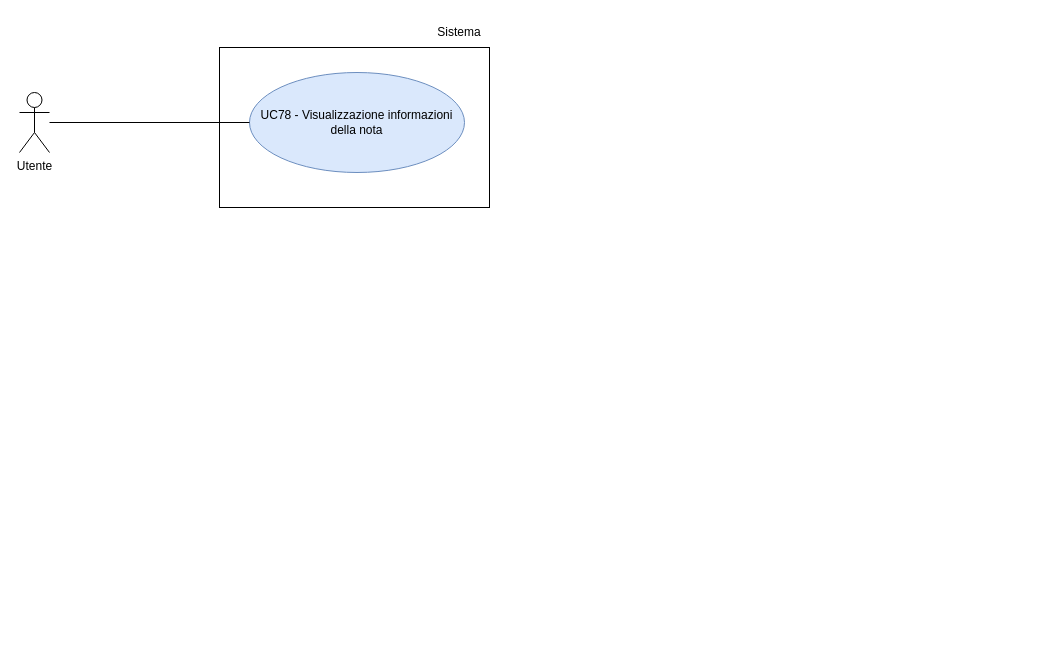
Above: RTB/doc_esterna/analisi-dei-requisiti/assets/draw.io/UC78.drawio in thebitless-group-swe/thebitless.github.io (draw.io), before the change. Source tidied: cells renumbered, new cells numbered last; positions are measured from the earlier drawing's top-left corner, leaving out a move shared by most shapes. Both pictures are drawn from the tidied source at 100%, with x=0, y=0 at pixel (19, 17).
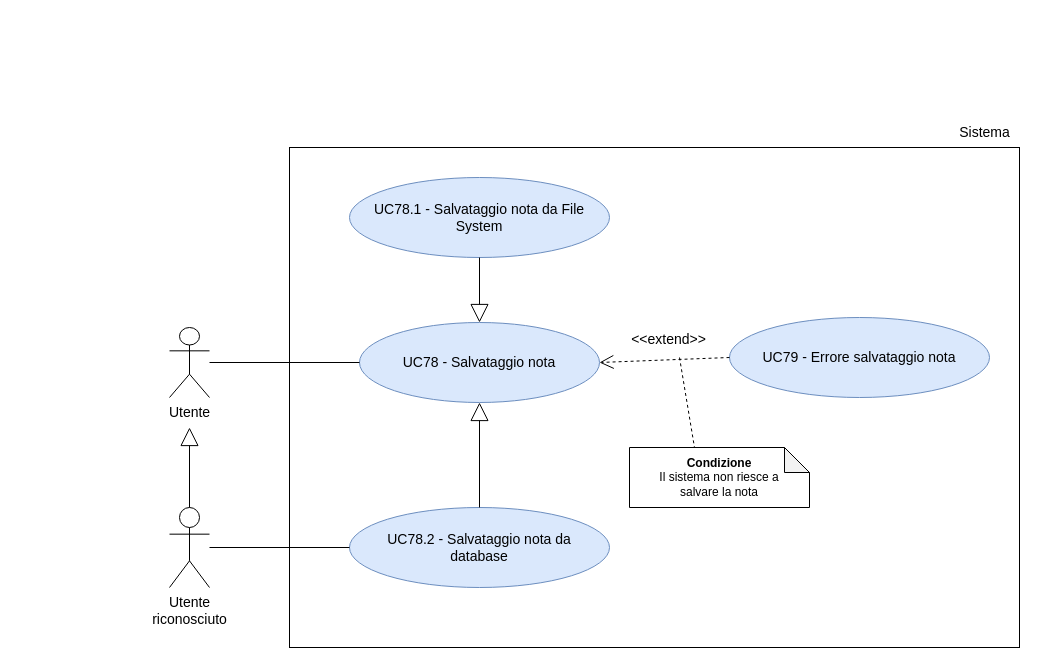
The same page after the edit.

The edit, as a diff of the source:
```diff
@@
 <mxGraphModel>
   <root>
     <mxCell id="0" />
     <mxCell id="1" parent="0" />
-    <mxCell id="2" style="rounded=0;whiteSpace=wrap;html=1;" parent="1" vertex="1">
-      <mxGeometry x="200" y="30" width="270" height="160" as="geometry" />
-    </mxCell>
-    <mxCell id="3" value="UC78 - Visualizzazione informazioni della nota" style="ellipse;whiteSpace=wrap;html=1;fillColor=#dae8fc;strokeColor=#6c8ebf;" parent="1" vertex="1">
-      <mxGeometry x="230" y="55" width="215" height="100" as="geometry" />
-    </mxCell>
-    <mxCell id="4" style="rounded=0;jettySize=auto;html=1;endArrow=none;endFill=0;entryX=0;entryY=0.5;entryDx=0;entryDy=0;" parent="1" edge="1" source="5" target="3">
-      <mxGeometry relative="1" as="geometry" />
-    </mxCell>
+    <mxCell id="6" value="Sistema" style="text;html=1;align=center;verticalAlign=middle;strokeColor=none;fillColor=none;fontSize=14;" parent="1" vertex="1">
+      <mxGeometry x="930" y="100" width="70" height="30" as="geometry" />
+    </mxCell>
+    <mxCell id="7" style="whiteSpace=wrap;html=1;fillColor=none;strokeColor=#000000;" parent="1" vertex="1">
+      <mxGeometry x="270" y="130" width="730" height="500" as="geometry" />
+    </mxCell>
+    <mxCell id="8" value="Utente&lt;br&gt;riconosciuto" style="shape=umlActor;verticalLabelPosition=bottom;verticalAlign=top;html=1;outlineConnect=0;fontSize=14;" parent="1" vertex="1">
+      <mxGeometry x="150" y="490" width="40" height="80" as="geometry" />
+    </mxCell>
+    <mxCell id="9" value="UC78 - Salvataggio nota" style="ellipse;whiteSpace=wrap;html=1;fillColor=#dae8fc;strokeColor=#6c8ebf;fontSize=14;" parent="1" vertex="1">
+      <mxGeometry x="340" y="305" width="240" height="80" as="geometry" />
+    </mxCell>
+    <mxCell id="10" value="UC78.1 - Salvataggio nota da File&lt;br&gt;System" style="ellipse;whiteSpace=wrap;html=1;fillColor=#dae8fc;strokeColor=#6c8ebf;fontSize=14;" parent="1" vertex="1">
+      <mxGeometry x="330" y="160" width="260" height="80" as="geometry" />
+    </mxCell>
+    <mxCell id="11" value="UC78.2 - Salvataggio nota da&lt;br&gt;database" style="ellipse;whiteSpace=wrap;html=1;fillColor=#dae8fc;strokeColor=#6c8ebf;fontSize=14;" parent="1" vertex="1">
+      <mxGeometry x="330" y="490" width="260" height="80" as="geometry" />
+    </mxCell>
+    <mxCell id="12" value="&lt;div&gt;UC79 - Errore salvataggio nota&lt;br&gt;&lt;/div&gt;" style="ellipse;whiteSpace=wrap;html=1;fillColor=#dae8fc;strokeColor=#6c8ebf;fontSize=14;" parent="1" vertex="1">
+      <mxGeometry x="710" y="300" width="260" height="80" as="geometry" />
+    </mxCell>
+    <mxCell id="13" style="endArrow=none;html=1;rounded=0;entryX=0;entryY=0.5;entryDx=0;entryDy=0;" parent="1" edge="1" source="5" target="9">
+      <mxGeometry relative="1" as="geometry" />
+    </mxCell>
+    <mxCell id="14" style="endArrow=block;endSize=16;endFill=0;html=1;rounded=0;exitX=0.5;exitY=1;exitDx=0;exitDy=0;entryX=0.5;entryY=0;entryDx=0;entryDy=0;" parent="1" edge="1" source="10" target="9">
+      <mxGeometry relative="1" as="geometry" />
+    </mxCell>
+    <mxCell id="15" style="endArrow=block;endSize=16;endFill=0;html=1;rounded=0;entryX=0.5;entryY=1;entryDx=0;entryDy=0;exitX=0.5;exitY=0;exitDx=0;exitDy=0;" parent="1" edge="1" source="11" target="9">
+      <mxGeometry relative="1" as="geometry" />
+    </mxCell>
+    <mxCell id="16" value="&lt;font style=&quot;font-size: 14px;&quot;&gt;&amp;lt;&amp;lt;extend&amp;gt;&amp;gt;&lt;/font&gt;" style="endArrow=open;endSize=12;dashed=1;html=1;rounded=0;exitX=0;exitY=0.5;exitDx=0;exitDy=0;entryX=1;entryY=0.5;entryDx=0;entryDy=0;" parent="1" edge="1" source="12" target="9">
+      <mxGeometry x="-0.08" y="-20" relative="1" as="geometry" />
+    </mxCell>
+    <mxCell id="17" value="&lt;b&gt;Condizione&lt;/b&gt;&lt;br&gt;Il sistema non riesce a&lt;br&gt;salvare la nota" style="shape=note;whiteSpace=wrap;html=1;backgroundOutline=1;darkOpacity=0.05;fontSize=12;align=center;size=25;" parent="1" vertex="1">
+      <mxGeometry x="610" y="430" width="180" height="60" as="geometry" />
+    </mxCell>
+    <mxCell id="18" style="endArrow=none;dashed=1;html=1;rounded=0;entryX=0;entryY=0;entryDx=65;entryDy=0;entryPerimeter=0;" parent="1" edge="1" target="17">
+      <mxGeometry relative="1" as="geometry">
+        <mxPoint x="660" y="340" as="sourcePoint" />
+      </mxGeometry>
+    </mxCell>
+    <mxCell id="19" style="endArrow=none;html=1;rounded=0;entryX=0;entryY=0.5;entryDx=0;entryDy=0;" parent="1" edge="1" source="8" target="11">
+      <mxGeometry relative="1" as="geometry" />
+    </mxCell>
+    <mxCell id="20" style="endArrow=block;endSize=16;endFill=0;html=1;rounded=0;exitX=0.5;exitY=0;exitDx=0;exitDy=0;exitPerimeter=0;" parent="1" edge="1" source="8">
+      <mxGeometry relative="1" as="geometry">
+        <mxPoint x="170" y="410" as="targetPoint" />
+      </mxGeometry>
+    </mxCell>
-    <mxCell id="5" value="Utente" style="shape=umlActor;verticalLabelPosition=bottom;verticalAlign=top;html=1;outlineConnect=0;" parent="1" vertex="1">
-      <mxGeometry y="75" width="30" height="60" as="geometry" />
+    <mxCell id="5" value="Utente" style="shape=umlActor;verticalLabelPosition=bottom;verticalAlign=top;html=1;outlineConnect=0;fontSize=14;" parent="1" vertex="1">
+      <mxGeometry x="150" y="310" width="40" height="70" as="geometry" />
     </mxCell>
-    <mxCell id="6" value="Sistema" style="text;html=1;whiteSpace=wrap;strokeColor=none;fillColor=none;align=center;verticalAlign=middle;rounded=0;" parent="1" vertex="1">
-      <mxGeometry x="410" width="60" height="30" as="geometry" />
-    </mxCell>
   </root>
 </mxGraphModel>
```
